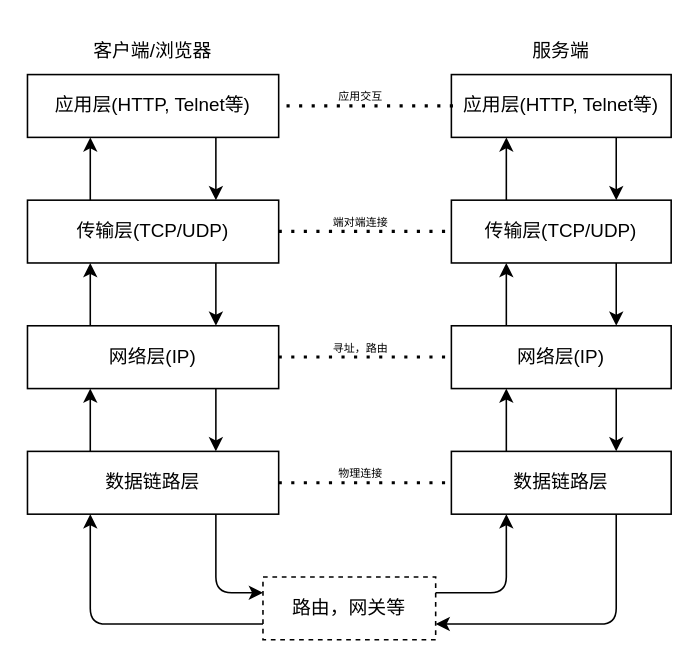
The draw.io diagram page "TCP/IP" (2 of 3) of src/document.drawio in zc110747/embedded_based_on_stm32, before the edit. Source tidied: cells renumbered, new cells numbered last; positions are measured from the earlier drawing's top-left corner, leaving out a move shared by most shapes. Both pictures are drawn from the tidied source at 157%, with x=0, y=0 at pixel (27, 27).
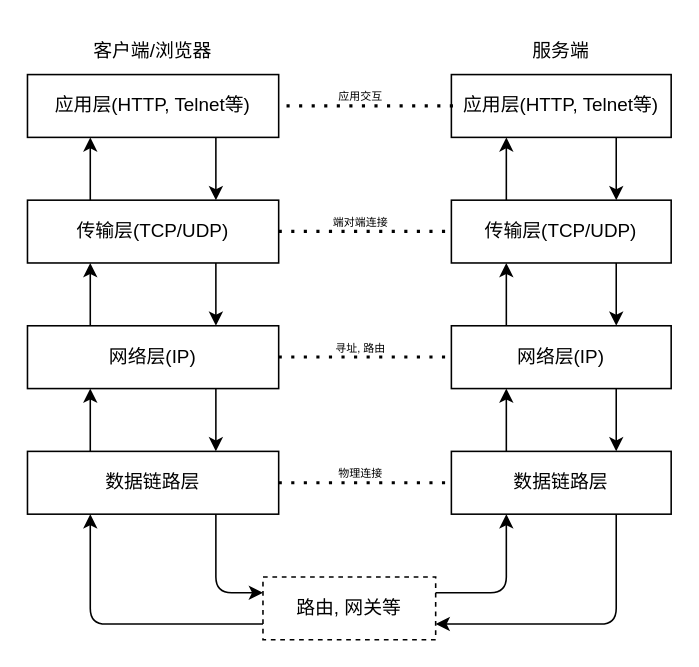
The same diagram, later.

Diff of the diagram source:
```diff
@@
-    <mxCell id="18" value="路由，网关等" style="rounded=0;whiteSpace=wrap;html=1;dashed=1;" parent="1" vertex="1">
+    <mxCell id="18" value="路由, 网关等" style="rounded=0;whiteSpace=wrap;html=1;dashed=1;" parent="1" vertex="1">
       <mxGeometry x="150" y="350" width="110" height="40" as="geometry" />
     </mxCell>
@@
-    <mxCell id="32" value="寻址，路由" style="text;html=1;strokeColor=none;fillColor=none;align=center;verticalAlign=middle;whiteSpace=wrap;rounded=0;dashed=1;fontSize=7;" parent="1" vertex="1">
+    <mxCell id="32" value="寻址, 路由" style="text;html=1;strokeColor=none;fillColor=none;align=center;verticalAlign=middle;whiteSpace=wrap;rounded=0;dashed=1;fontSize=7;" parent="1" vertex="1">
       <mxGeometry x="190" y="200" width="45" height="10" as="geometry" />
     </mxCell>
```
